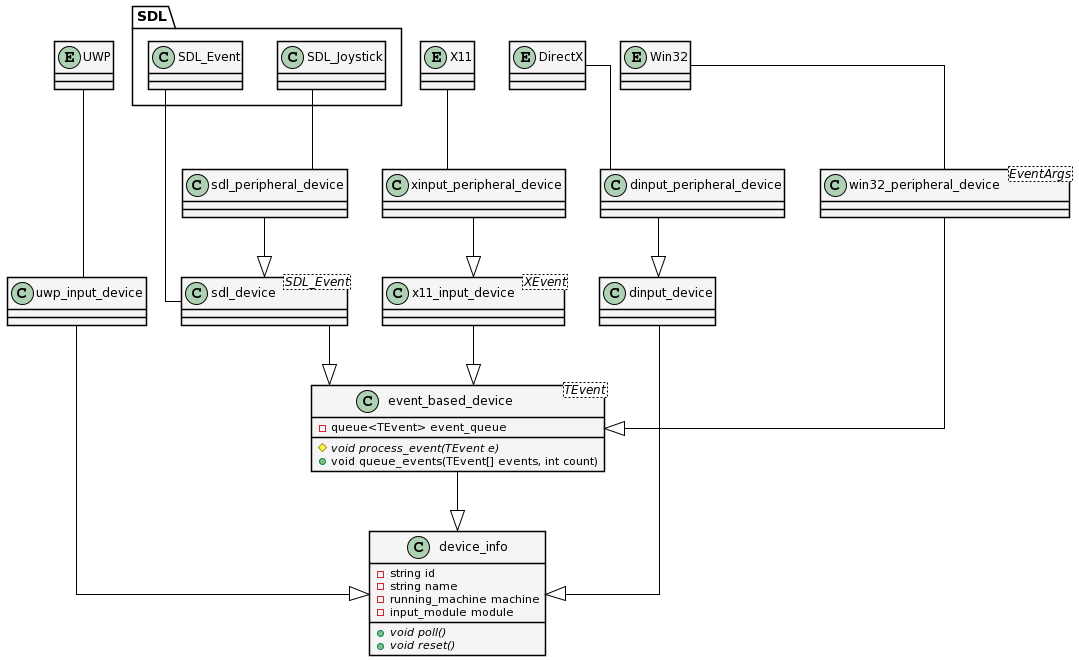
mikymaione/MAMEStreamingPlatform keeps this PlantUML diagram as Streaming/Tesi/immagini/class_input_device.png. Above is the earlier version.
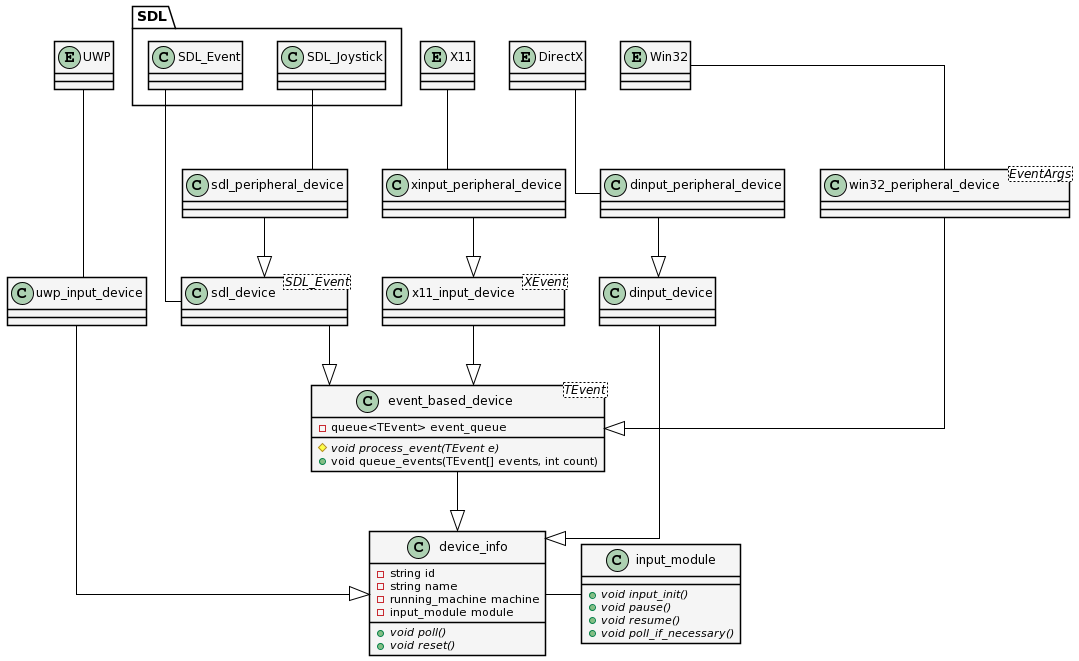
Later version of the same file.

Commit message:
class diagram input

The edit, as a diff of the source:
```diff
@@ -50,6 +50,15 @@
 	{abstract} +void reset()
 }
 
+device_info -r- input_module
+
+class input_module {
+	{abstract} +void input_init()
+	{abstract} +void pause()
+	{abstract} +void resume()
+	{abstract} +void poll_if_necessary()
+}
+
 event_based_device -d-|> device_info
 
 class sdl_device<SDL_Event>
```
